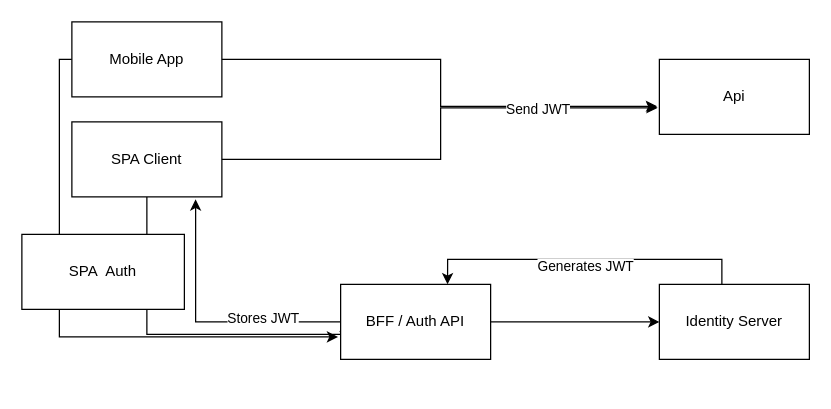
The draw.io diagram diagrams/ProjectStructure.drawio in Azero77/PrivateClinicalSystem, before the edit. Source tidied: cells renumbered, new cells numbered last; positions are measured from the earlier drawing's top-left corner, leaving out a move shared by most shapes. Both pictures are drawn from the tidied source at 125%, with x=0, y=0 at pixel (21, 21).
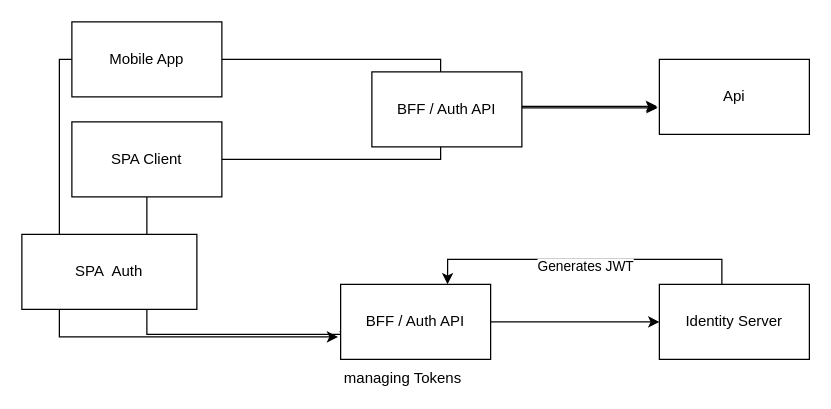
Above is the later version.

Commit message (it also covers changes not shown here):
Cookie Policies added in Identity Server

Unchanged cells that the change refers to:
```xml
<mxCell id="5" value="SPA Client" style="rounded=0;whiteSpace=wrap;html=1;" parent="1" vertex="1">
  <mxGeometry x="40" y="80" width="120" height="60" as="geometry" />
</mxCell>
<mxCell id="8" style="edgeStyle=orthogonalEdgeStyle;rounded=0;jettySize=auto;html=1;entryX=-0.012;entryY=0.646;entryDx=0;entryDy=0;entryPerimeter=0;" parent="1" edge="1" source="5" target="6">
  <mxGeometry relative="1" as="geometry" />
</mxCell>
<mxCell id="11" value="BFF / Auth API" style="rounded=0;whiteSpace=wrap;html=1;" parent="1" vertex="1">
  <mxGeometry x="255" y="210" width="120" height="60" as="geometry" />
</mxCell>
```

The edit, as a diff of the source:
```diff
@@
-    <mxCell id="9" value="Send JWT" style="edgeLabel;html=1;align=center;verticalAlign=middle;" parent="8" vertex="1">
-      <mxGeometry x="0.51" y="-1" relative="1" as="geometry" />
-    </mxCell>
@@
-    <mxCell id="15" style="edgeStyle=orthogonalEdgeStyle;rounded=0;jettySize=auto;html=1;entryX=0.825;entryY=1.033;entryDx=0;entryDy=0;entryPerimeter=0;" parent="1" edge="1" source="11" target="5">
-      <mxGeometry relative="1" as="geometry" />
-    </mxCell>
-    <mxCell id="16" value="Stores JWT" style="edgeLabel;html=1;align=center;verticalAlign=middle;" parent="15" vertex="1">
-      <mxGeometry x="-0.41" y="-4" relative="1" as="geometry" />
-    </mxCell>
     <mxCell id="17" value="SPA&amp;nbsp; Auth" style="rounded=0;whiteSpace=wrap;html=1;" parent="1" vertex="1">
-      <mxGeometry y="170" width="130" height="60" as="geometry" />
+      <mxGeometry y="170" width="140" height="60" as="geometry" />
     </mxCell>
+    <mxCell id="18" value="BFF / Auth API" style="rounded=0;whiteSpace=wrap;html=1;" parent="1" vertex="1">
+      <mxGeometry x="280" y="40" width="120" height="60" as="geometry" />
+    </mxCell>
+    <mxCell id="19" value="managing Tokens" style="text;strokeColor=none;align=center;fillColor=none;html=1;verticalAlign=middle;whiteSpace=wrap;rounded=0;" parent="1" vertex="1">
+      <mxGeometry x="235" y="280" width="140" height="10" as="geometry" />
+    </mxCell>
```
